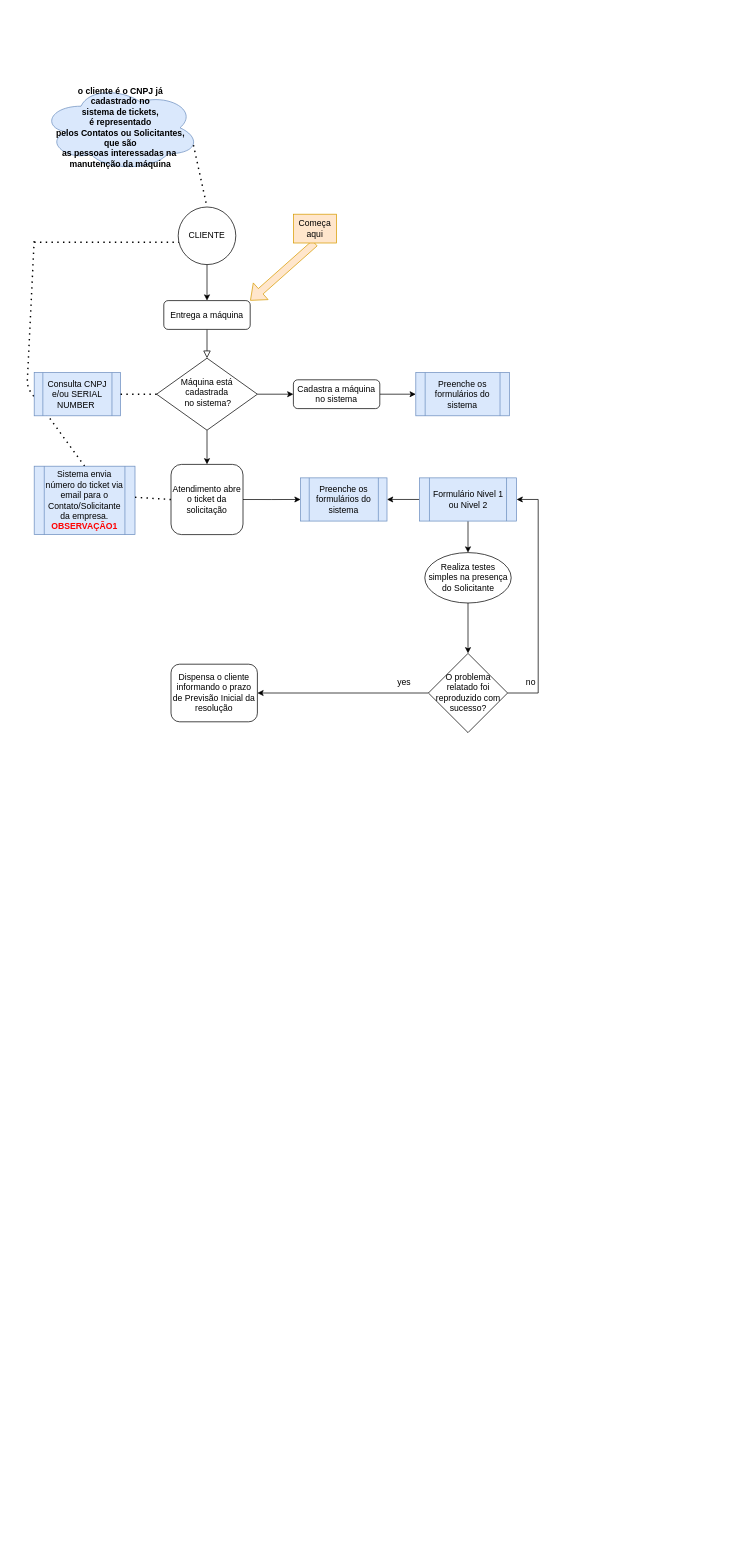
Earlier version of the draw.io diagram page "Visão Geral" (1 of 2) of Antedimento genérico.drawio (santiagopironato/PowerBI-DataScience). Source tidied: cells renumbered, new cells numbered last; positions are measured from the earlier drawing's top-left corner, leaving out a move shared by most shapes. Both pictures are drawn from the tidied source at 72%, with x=0, y=0 at pixel (27, 84).
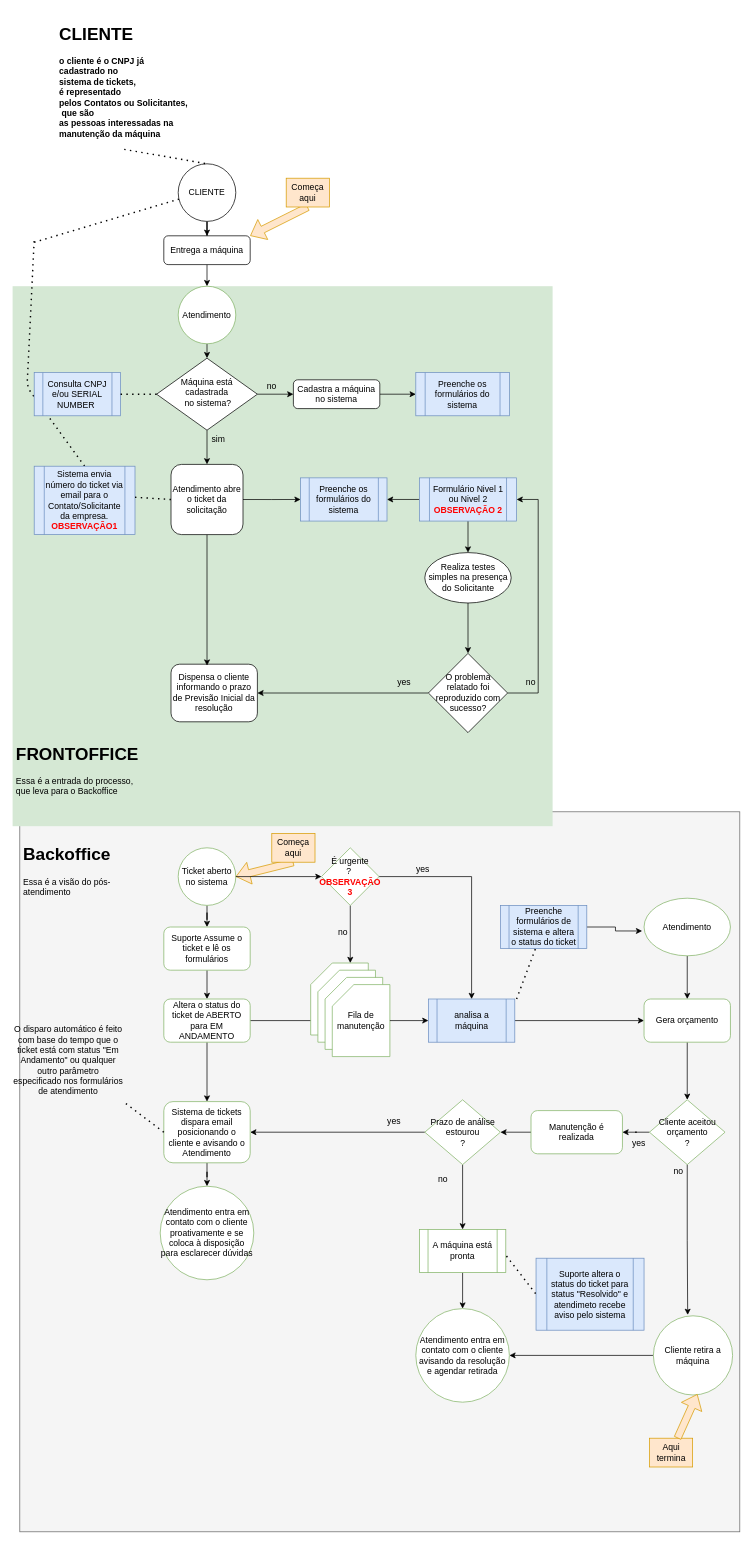
After the change.

Unchanged cells that the change refers to:
```xml
<mxCell id="7" value="Máquina está cadastrada&lt;br&gt;&amp;nbsp;no sistema?" style="rhombus;whiteSpace=wrap;html=1;shadow=0;fontFamily=Helvetica;fontSize=12;align=center;strokeWidth=1;spacing=6;spacingTop=-4;" parent="1" vertex="1">
  <mxGeometry x="180" y="380" width="140" height="100" as="geometry" />
</mxCell>
<mxCell id="11" value="Dispensa o cliente informando o prazo de Previsão Inicial da resolução" style="rounded=1;whiteSpace=wrap;html=1;fontSize=12;glass=0;strokeWidth=1;shadow=0;" parent="1" vertex="1">
  <mxGeometry x="200" y="805" width="120" height="80" as="geometry" />
</mxCell>
<mxCell id="32" value="Atendimento abre o ticket da solicitação" style="rounded=1;whiteSpace=wrap;html=1;" parent="1" vertex="1">
  <mxGeometry x="200" y="527.5" width="100" height="97.5" as="geometry" />
</mxCell>
```

Change to the diagram source:
```diff
@@
+    <mxCell id="36" style="whiteSpace=wrap;html=1;fillColor=#f5f5f5;strokeColor=#666666;fontColor=#333333;" parent="1" vertex="1">
+      <mxGeometry x="-10" y="1010" width="1000" height="1000" as="geometry" />
+    </mxCell>
+    <mxCell id="37" style="whiteSpace=wrap;html=1;fillColor=#d5e8d4;strokeColor=none;" parent="1" vertex="1">
+      <mxGeometry x="-20" y="280" width="750" height="750" as="geometry" />
+    </mxCell>
@@
-    <mxCell id="3" style="rounded=0;html=1;jettySize=auto;fontSize=11;endArrow=block;endFill=0;endSize=8;strokeWidth=1;shadow=0;labelBackgroundColor=none;edgeStyle=orthogonalEdgeStyle;" parent="1" edge="1" source="4" target="7">
-      <mxGeometry relative="1" as="geometry" />
-    </mxCell>
+    <mxCell id="38" style="edgeStyle=orthogonalEdgeStyle;rounded=0;jettySize=auto;html=1;exitX=0.5;exitY=1;exitDx=0;exitDy=0;entryX=0.5;entryY=0;entryDx=0;entryDy=0;" parent="1" edge="1" source="4" target="47">
+      <mxGeometry relative="1" as="geometry" />
+    </mxCell>
     <mxCell id="4" value="Entrega a máquina" style="rounded=1;whiteSpace=wrap;html=1;fontSize=12;glass=0;strokeWidth=1;shadow=0;" parent="1" vertex="1">
-      <mxGeometry x="190" y="300" width="120" height="40" as="geometry" />
+      <mxGeometry x="190" y="210" width="120" height="40" as="geometry" />
     </mxCell>
@@
     <mxCell id="13" value="CLIENTE" style="ellipse;whiteSpace=wrap;html=1;" parent="1" vertex="1">
-      <mxGeometry x="210" y="170" width="80" height="80" as="geometry" />
+      <mxGeometry x="210" y="110" width="80" height="80" as="geometry" />
     </mxCell>
@@
-    <mxCell id="19" value="&lt;b&gt;o cliente é o CNPJ já &lt;br&gt;cadastrado no &lt;br&gt;sistema de tickets, &lt;br&gt;é representado&lt;br&gt;pelos Contatos ou Solicitantes,&lt;br&gt;&amp;nbsp;que são&amp;nbsp;&lt;br&gt;as pessoas interessadas na&amp;nbsp;&lt;br&gt;manutenção da máquina&lt;/b&gt;" style="ellipse;shape=cloud;whiteSpace=wrap;html=1;fillColor=#dae8fc;strokeColor=#6c8ebf;" parent="1" vertex="1">
-      <mxGeometry x="20" width="220" height="120" as="geometry" />
-    </mxCell>
-    <mxCell id="20" style="endArrow=none;dashed=1;html=1;dashPattern=1 3;strokeWidth=2;entryX=0.5;entryY=0;entryDx=0;entryDy=0;exitX=0.96;exitY=0.7;exitDx=0;exitDy=0;exitPerimeter=0;" parent="1" edge="1" source="19" target="13">
+    <mxCell id="20" style="endArrow=none;dashed=1;html=1;dashPattern=1 3;strokeWidth=2;entryX=0.5;entryY=0;entryDx=0;entryDy=0;exitX=0.5;exitY=1;exitDx=0;exitDy=0;" parent="1" edge="1" source="64" target="13">
       <mxGeometry relative="1" as="geometry" />
     </mxCell>
@@
-    <mxCell id="23" value="Formulário Nivel 1 ou Nivel 2" style="shape=process;whiteSpace=wrap;html=1;backgroundOutline=1;fillColor=#dae8fc;strokeColor=#6c8ebf;" parent="1" vertex="1">
+    <mxCell id="23" value="Formulário Nivel 1 ou Nivel 2&lt;br&gt;&lt;font color=&quot;#ff0000&quot;&gt;&lt;b&gt;OBSERVAÇÃO 2&lt;/b&gt;&lt;/font&gt;" style="shape=process;whiteSpace=wrap;html=1;backgroundOutline=1;fillColor=#dae8fc;strokeColor=#6c8ebf;" parent="1" vertex="1">
       <mxGeometry x="545" y="546.2" width="135" height="60" as="geometry" />
     </mxCell>
@@
+    <mxCell id="39" style="edgeStyle=orthogonalEdgeStyle;rounded=0;jettySize=auto;html=1;exitX=0.5;exitY=1;exitDx=0;exitDy=0;entryX=0.417;entryY=0.025;entryDx=0;entryDy=0;entryPerimeter=0;" parent="1" edge="1" source="32" target="11">
+      <mxGeometry relative="1" as="geometry" />
+    </mxCell>
@@
     <mxCell id="35" value="Começa aqui" style="text;html=1;strokeColor=#d79b00;fillColor=#ffe6cc;align=center;verticalAlign=middle;whiteSpace=wrap;rounded=0;" parent="1" vertex="1">
-      <mxGeometry x="370" y="180" width="60" height="40" as="geometry" />
+      <mxGeometry x="360" y="130" width="60" height="40" as="geometry" />
     </mxCell>
+    <mxCell id="40" value="&lt;h1&gt;FRONTOFFICE&lt;/h1&gt;&lt;div&gt;Essa é a entrada do processo, que leva para o Backoffice&lt;/div&gt;" style="text;html=1;strokeColor=none;fillColor=none;spacing=5;spacingTop=-20;whiteSpace=wrap;overflow=hidden;rounded=0;" parent="1" vertex="1">
+      <mxGeometry x="-20" y="910" width="190" height="120" as="geometry" />
+    </mxCell>
+    <mxCell id="41" value="&lt;h1&gt;Backoffice&lt;/h1&gt;&lt;div&gt;Essa é a visão do pós-atendimento&lt;/div&gt;" style="text;html=1;strokeColor=none;fillColor=none;spacing=5;spacingTop=-20;whiteSpace=wrap;overflow=hidden;rounded=0;" parent="1" vertex="1">
+      <mxGeometry x="-10" y="1050" width="170" height="80" as="geometry" />
+    </mxCell>
+    <mxCell id="42" style="edgeStyle=orthogonalEdgeStyle;rounded=0;jettySize=auto;html=1;" parent="1" edge="1" source="43" target="51">
+      <mxGeometry relative="1" as="geometry" />
+    </mxCell>
+    <mxCell id="43" value="Ticket aberto no sistema" style="ellipse;whiteSpace=wrap;html=1;strokeColor=#82B366;" parent="1" vertex="1">
+      <mxGeometry x="210" y="1060" width="80" height="80" as="geometry" />
+    </mxCell>
+    <mxCell id="44" style="shape=flexArrow;endArrow=classic;html=1;exitX=0.5;exitY=1;exitDx=0;exitDy=0;fillColor=#ffe6cc;strokeColor=#d79b00;entryX=1;entryY=0.5;entryDx=0;entryDy=0;" parent="1" edge="1" source="45" target="43">
+      <mxGeometry relative="1" as="geometry" />
+    </mxCell>
+    <mxCell id="45" value="Começa aqui" style="text;html=1;strokeColor=#d79b00;fillColor=#ffe6cc;align=center;verticalAlign=middle;whiteSpace=wrap;rounded=0;" parent="1" vertex="1">
+      <mxGeometry x="340" y="1040" width="60" height="40" as="geometry" />
+    </mxCell>
+    <mxCell id="46" style="edgeStyle=orthogonalEdgeStyle;rounded=0;jettySize=auto;html=1;exitX=0.5;exitY=1;exitDx=0;exitDy=0;entryX=0.5;entryY=0;entryDx=0;entryDy=0;" parent="1" edge="1" source="47" target="7">
+      <mxGeometry relative="1" as="geometry" />
+    </mxCell>
+    <mxCell id="47" value="Atendimento" style="ellipse;whiteSpace=wrap;html=1;strokeColor=#82B366;" parent="1" vertex="1">
+      <mxGeometry x="210" y="280" width="80" height="80" as="geometry" />
+    </mxCell>
+    <mxCell id="48" value="no" style="text;html=1;strokeColor=none;fillColor=none;align=center;verticalAlign=middle;whiteSpace=wrap;rounded=0;" parent="1" vertex="1">
+      <mxGeometry x="320" y="409" width="40" height="20" as="geometry" />
+    </mxCell>
+    <mxCell id="49" value="sim" style="text;html=1;strokeColor=none;fillColor=none;align=center;verticalAlign=middle;whiteSpace=wrap;rounded=0;" parent="1" vertex="1">
+      <mxGeometry x="246" y="483" width="40" height="20" as="geometry" />
+    </mxCell>
+    <mxCell id="50" style="edgeStyle=orthogonalEdgeStyle;rounded=0;jettySize=auto;html=1;" parent="1" edge="1" source="51" target="54">
+      <mxGeometry relative="1" as="geometry" />
+    </mxCell>
+    <mxCell id="51" value="Suporte Assume o ticket e lê os formulários" style="rounded=1;whiteSpace=wrap;html=1;strokeColor=#82B366;" parent="1" vertex="1">
+      <mxGeometry x="190" y="1170" width="120" height="60" as="geometry" />
+    </mxCell>
+    <mxCell id="52" style="edgeStyle=orthogonalEdgeStyle;rounded=0;jettySize=auto;html=1;entryX=0;entryY=0.5;entryDx=0;entryDy=0;entryPerimeter=0;" parent="1" edge="1" source="54" target="61">
+      <mxGeometry relative="1" as="geometry" />
+    </mxCell>
+    <mxCell id="53" style="edgeStyle=orthogonalEdgeStyle;rounded=0;jettySize=auto;html=1;exitX=0.5;exitY=1;exitDx=0;exitDy=0;" parent="1" edge="1" source="54" target="76">
+      <mxGeometry relative="1" as="geometry" />
+    </mxCell>
+    <mxCell id="54" value="Altera o status do ticket de ABERTO para EM ANDAMENTO" style="rounded=1;whiteSpace=wrap;html=1;strokeColor=#82B366;" parent="1" vertex="1">
+      <mxGeometry x="190" y="1270" width="120" height="60" as="geometry" />
+    </mxCell>
+    <mxCell id="55" style="edgeStyle=orthogonalEdgeStyle;rounded=0;jettySize=auto;html=1;entryX=0;entryY=0.5;entryDx=0;entryDy=0;" parent="1" edge="1" source="56" target="91">
+      <mxGeometry relative="1" as="geometry" />
+    </mxCell>
+    <mxCell id="56" value="analisa a máquina" style="shape=process;whiteSpace=wrap;html=1;backgroundOutline=1;strokeColor=#6c8ebf;fillColor=#dae8fc;" parent="1" vertex="1">
+      <mxGeometry x="557.5" y="1270" width="120" height="60" as="geometry" />
+    </mxCell>
+    <mxCell id="57" style="group;" parent="1" vertex="1">
+      <mxGeometry x="394" y="1220" width="110" height="130" as="geometry" />
+    </mxCell>
+    <mxCell id="58" style="shape=card;whiteSpace=wrap;html=1;strokeColor=#82B366;" parent="57" vertex="1">
+      <mxGeometry width="80" height="100" as="geometry" />
+    </mxCell>
+    <mxCell id="59" style="shape=card;whiteSpace=wrap;html=1;strokeColor=#82B366;" parent="57" vertex="1">
+      <mxGeometry x="10" y="10" width="80" height="100" as="geometry" />
+    </mxCell>
+    <mxCell id="60" style="shape=card;whiteSpace=wrap;html=1;strokeColor=#82B366;" parent="57" vertex="1">
+      <mxGeometry x="20" y="20" width="80" height="100" as="geometry" />
+    </mxCell>
+    <mxCell id="61" style="shape=card;whiteSpace=wrap;html=1;strokeColor=#82B366;" parent="57" vertex="1">
+      <mxGeometry x="30" y="30" width="80" height="100" as="geometry" />
+    </mxCell>
+    <mxCell id="62" value="Fila de manutenção" style="text;html=1;strokeColor=none;fillColor=none;align=center;verticalAlign=middle;whiteSpace=wrap;rounded=0;" parent="57" vertex="1">
+      <mxGeometry x="50" y="70" width="40" height="20" as="geometry" />
+    </mxCell>
+    <mxCell id="63" style="edgeStyle=orthogonalEdgeStyle;rounded=0;jettySize=auto;html=1;" parent="1" edge="1" source="61" target="56">
+      <mxGeometry relative="1" as="geometry" />
+    </mxCell>
+    <mxCell id="64" value="&lt;h1&gt;CLIENTE&lt;/h1&gt;&lt;p&gt;&lt;b style=&quot;text-align: center&quot;&gt;o cliente é o CNPJ já&amp;nbsp;&lt;br&gt;cadastrado no&amp;nbsp;&lt;br&gt;sistema de tickets,&amp;nbsp;&lt;br&gt;é representado&lt;br&gt;pelos Contatos ou Solicitantes,&lt;br&gt;&amp;nbsp;que são&amp;nbsp;&lt;br&gt;as pessoas interessadas na&amp;nbsp;&lt;br&gt;manutenção da máquina&lt;/b&gt;&lt;br&gt;&lt;/p&gt;" style="text;html=1;strokeColor=none;fillColor=none;spacing=5;spacingTop=-20;whiteSpace=wrap;overflow=hidden;rounded=0;" parent="1" vertex="1">
+      <mxGeometry x="40" y="-90" width="190" height="180" as="geometry" />
+    </mxCell>
+    <mxCell id="65" style="edgeStyle=orthogonalEdgeStyle;rounded=0;jettySize=auto;html=1;exitX=0.5;exitY=1;exitDx=0;exitDy=0;entryX=0;entryY=0;entryDx=55;entryDy=0;entryPerimeter=0;" parent="1" edge="1" source="67" target="58">
+      <mxGeometry relative="1" as="geometry" />
+    </mxCell>
+    <mxCell id="66" style="edgeStyle=orthogonalEdgeStyle;rounded=0;jettySize=auto;html=1;entryX=0.5;entryY=0;entryDx=0;entryDy=0;" parent="1" edge="1" source="67" target="56">
+      <mxGeometry relative="1" as="geometry" />
+    </mxCell>
+    <mxCell id="67" value="É urgente&lt;br&gt;?&amp;nbsp;&lt;br&gt;&lt;b&gt;&lt;font color=&quot;#ff0000&quot;&gt;OBSERVAÇÃO 3&lt;/font&gt;&lt;/b&gt;" style="rhombus;whiteSpace=wrap;html=1;strokeColor=#82B366;" parent="1" vertex="1">
+      <mxGeometry x="409" y="1060" width="80" height="80" as="geometry" />
+    </mxCell>
+    <mxCell id="68" value="yes" style="text;html=1;strokeColor=none;fillColor=none;align=center;verticalAlign=middle;whiteSpace=wrap;rounded=0;" parent="1" vertex="1">
+      <mxGeometry x="530" y="1080" width="40" height="20" as="geometry" />
+    </mxCell>
+    <mxCell id="69" value="no" style="text;html=1;strokeColor=none;fillColor=none;align=center;verticalAlign=middle;whiteSpace=wrap;rounded=0;" parent="1" vertex="1">
+      <mxGeometry x="419" y="1168" width="40" height="20" as="geometry" />
+    </mxCell>
+    <mxCell id="70" style="edgeStyle=orthogonalEdgeStyle;rounded=0;jettySize=auto;html=1;exitX=1;exitY=0.5;exitDx=0;exitDy=0;" parent="1" edge="1" source="43" target="67">
+      <mxGeometry relative="1" as="geometry" />
+    </mxCell>
+    <mxCell id="71" style="edgeStyle=orthogonalEdgeStyle;rounded=0;jettySize=auto;html=1;entryX=1;entryY=0.5;entryDx=0;entryDy=0;" parent="1" edge="1" source="73" target="76">
+      <mxGeometry relative="1" as="geometry" />
+    </mxCell>
+    <mxCell id="72" style="edgeStyle=orthogonalEdgeStyle;rounded=0;jettySize=auto;html=1;entryX=0.5;entryY=0;entryDx=0;entryDy=0;" parent="1" edge="1" source="73" target="81">
+      <mxGeometry relative="1" as="geometry" />
+    </mxCell>
+    <mxCell id="73" value="Prazo de análise estourou&lt;br&gt;?" style="rhombus;whiteSpace=wrap;html=1;strokeColor=#82B366;" parent="1" vertex="1">
+      <mxGeometry x="552.5" y="1410" width="105" height="90" as="geometry" />
+    </mxCell>
+    <mxCell id="74" value="yes" style="text;html=1;strokeColor=none;fillColor=none;align=center;verticalAlign=middle;whiteSpace=wrap;rounded=0;" parent="1" vertex="1">
+      <mxGeometry x="490" y="1430" width="40" height="20" as="geometry" />
+    </mxCell>
+    <mxCell id="75" style="edgeStyle=orthogonalEdgeStyle;rounded=0;jettySize=auto;html=1;entryX=0.5;entryY=0;entryDx=0;entryDy=0;" parent="1" edge="1" source="76" target="79">
+      <mxGeometry relative="1" as="geometry" />
+    </mxCell>
+    <mxCell id="76" value="Sistema de tickets dispara email posicionando o cliente e avisando o Atendimento" style="rounded=1;whiteSpace=wrap;html=1;strokeColor=#82B366;" parent="1" vertex="1">
+      <mxGeometry x="190" y="1412.5" width="120" height="85" as="geometry" />
+    </mxCell>
+    <mxCell id="77" value="O disparo automático é feito com base do tempo que o ticket está com status &quot;Em Andamento&quot; ou qualquer outro parâmetro especificado nos formulários de atendimento" style="text;html=1;strokeColor=none;fillColor=none;align=center;verticalAlign=middle;whiteSpace=wrap;rounded=0;" parent="1" vertex="1">
+      <mxGeometry x="-20" y="1280" width="155" height="150" as="geometry" />
+    </mxCell>
+    <mxCell id="78" style="endArrow=none;dashed=1;html=1;dashPattern=1 3;strokeWidth=2;exitX=0;exitY=0.5;exitDx=0;exitDy=0;" parent="1" edge="1" source="76" target="77">
+      <mxGeometry relative="1" as="geometry" />
+    </mxCell>
+    <mxCell id="79" value="Atendimento entra em contato com o cliente proativamente e se coloca à disposição para esclarecer dúvidas" style="ellipse;whiteSpace=wrap;html=1;strokeColor=#82B366;" parent="1" vertex="1">
+      <mxGeometry x="185" y="1530" width="130" height="130" as="geometry" />
+    </mxCell>
+    <mxCell id="80" style="edgeStyle=orthogonalEdgeStyle;rounded=0;jettySize=auto;html=1;entryX=0.5;entryY=0;entryDx=0;entryDy=0;" parent="1" edge="1" source="81" target="85">
+      <mxGeometry relative="1" as="geometry" />
+    </mxCell>
+    <mxCell id="81" value="A máquina está pronta" style="shape=process;whiteSpace=wrap;html=1;backgroundOutline=1;strokeColor=#82B366;" parent="1" vertex="1">
+      <mxGeometry x="545" y="1590" width="120" height="60" as="geometry" />
+    </mxCell>
+    <mxCell id="82" value="no" style="text;html=1;strokeColor=none;fillColor=none;align=center;verticalAlign=middle;whiteSpace=wrap;rounded=0;" parent="1" vertex="1">
+      <mxGeometry x="557.5" y="1510" width="40" height="20" as="geometry" />
+    </mxCell>
+    <mxCell id="83" value="Suporte altera o status do ticket para status &quot;Resolvido&quot; e atendimeto recebe aviso pelo sistema" style="shape=process;whiteSpace=wrap;html=1;backgroundOutline=1;strokeColor=#6c8ebf;fillColor=#dae8fc;" parent="1" vertex="1">
+      <mxGeometry x="707" y="1630" width="150" height="100" as="geometry" />
+    </mxCell>
+    <mxCell id="84" style="endArrow=none;dashed=1;html=1;dashPattern=1 3;strokeWidth=2;entryX=0;entryY=0.5;entryDx=0;entryDy=0;exitX=1.008;exitY=0.617;exitDx=0;exitDy=0;exitPerimeter=0;" parent="1" edge="1" source="81" target="83">
+      <mxGeometry relative="1" as="geometry" />
+    </mxCell>
+    <mxCell id="85" value="Atendimento entra em contato com o cliente avisando da resolução e agendar retirada" style="ellipse;whiteSpace=wrap;html=1;strokeColor=#82B366;" parent="1" vertex="1">
+      <mxGeometry x="540" y="1700" width="130" height="130" as="geometry" />
+    </mxCell>
+    <mxCell id="86" style="edgeStyle=orthogonalEdgeStyle;rounded=0;jettySize=auto;html=1;" parent="1" edge="1" source="87" target="85">
+      <mxGeometry relative="1" as="geometry" />
+    </mxCell>
+    <mxCell id="87" value="Cliente retira a máquina" style="ellipse;whiteSpace=wrap;html=1;strokeColor=#82B366;" parent="1" vertex="1">
+      <mxGeometry x="870" y="1710" width="110" height="110" as="geometry" />
+    </mxCell>
+    <mxCell id="88" value="Aqui termina" style="text;html=1;strokeColor=#d79b00;fillColor=#ffe6cc;align=center;verticalAlign=middle;whiteSpace=wrap;rounded=0;" parent="1" vertex="1">
+      <mxGeometry x="864.5" y="1880" width="60" height="40" as="geometry" />
+    </mxCell>
+    <mxCell id="89" style="shape=flexArrow;endArrow=classic;html=1;entryX=0.555;entryY=0.989;entryDx=0;entryDy=0;entryPerimeter=0;fillColor=#ffe6cc;strokeColor=#d79b00;" parent="1" edge="1" source="88" target="87">
+      <mxGeometry relative="1" as="geometry" />
+    </mxCell>
+    <mxCell id="90" style="edgeStyle=orthogonalEdgeStyle;rounded=0;jettySize=auto;html=1;entryX=0.5;entryY=0;entryDx=0;entryDy=0;" parent="1" edge="1" source="91" target="94">
+      <mxGeometry relative="1" as="geometry" />
+    </mxCell>
+    <mxCell id="91" value="Gera orçamento" style="rounded=1;whiteSpace=wrap;html=1;strokeColor=#82B366;" parent="1" vertex="1">
+      <mxGeometry x="857" y="1270" width="120" height="60" as="geometry" />
+    </mxCell>
+    <mxCell id="92" style="edgeStyle=orthogonalEdgeStyle;rounded=0;jettySize=auto;html=1;exitX=0.5;exitY=1;exitDx=0;exitDy=0;entryX=0.433;entryY=-0.011;entryDx=0;entryDy=0;entryPerimeter=0;" parent="1" edge="1" source="94" target="87">
+      <mxGeometry relative="1" as="geometry" />
+    </mxCell>
+    <mxCell id="93" style="edgeStyle=orthogonalEdgeStyle;rounded=0;jettySize=auto;html=1;" parent="1" edge="1" source="94" target="97">
+      <mxGeometry relative="1" as="geometry" />
+    </mxCell>
+    <mxCell id="94" value="Cliente aceitou orçamento&lt;br&gt;?" style="rhombus;whiteSpace=wrap;html=1;strokeColor=#82B366;" parent="1" vertex="1">
+      <mxGeometry x="864.5" y="1410" width="105" height="90" as="geometry" />
+    </mxCell>
+    <mxCell id="95" value="no" style="text;html=1;strokeColor=none;fillColor=none;align=center;verticalAlign=middle;whiteSpace=wrap;rounded=0;" parent="1" vertex="1">
+      <mxGeometry x="884.5" y="1500" width="40" height="20" as="geometry" />
+    </mxCell>
+    <mxCell id="96" style="edgeStyle=orthogonalEdgeStyle;rounded=0;jettySize=auto;html=1;" parent="1" edge="1" source="97" target="73">
+      <mxGeometry relative="1" as="geometry" />
+    </mxCell>
+    <mxCell id="97" value="Manutenção é realizada" style="rounded=1;whiteSpace=wrap;html=1;strokeColor=#82B366;" parent="1" vertex="1">
+      <mxGeometry x="700" y="1425" width="127" height="60" as="geometry" />
+    </mxCell>
+    <mxCell id="98" value="yes" style="text;html=1;strokeColor=none;fillColor=none;align=center;verticalAlign=middle;whiteSpace=wrap;rounded=0;" parent="1" vertex="1">
+      <mxGeometry x="830" y="1460" width="40" height="20" as="geometry" />
+    </mxCell>
+    <mxCell id="99" style="edgeStyle=orthogonalEdgeStyle;rounded=0;jettySize=auto;html=1;entryX=-0.022;entryY=0.569;entryDx=0;entryDy=0;entryPerimeter=0;" parent="1" edge="1" source="100" target="103">
+      <mxGeometry relative="1" as="geometry" />
+    </mxCell>
+    <mxCell id="100" value="Preenche formulários de sistema e altera o status do ticket" style="shape=process;whiteSpace=wrap;html=1;backgroundOutline=1;strokeColor=#6c8ebf;fillColor=#dae8fc;" parent="1" vertex="1">
+      <mxGeometry x="657.5" y="1140" width="120" height="60" as="geometry" />
+    </mxCell>
+    <mxCell id="101" style="endArrow=none;dashed=1;html=1;dashPattern=1 3;strokeWidth=2;" parent="1" edge="1" target="100">
+      <mxGeometry relative="1" as="geometry">
+        <mxPoint x="680" y="1270" as="sourcePoint" />
+      </mxGeometry>
+    </mxCell>
+    <mxCell id="102" style="edgeStyle=orthogonalEdgeStyle;rounded=0;jettySize=auto;html=1;entryX=0.5;entryY=0;entryDx=0;entryDy=0;" parent="1" edge="1" source="103" target="91">
+      <mxGeometry relative="1" as="geometry" />
+    </mxCell>
+    <mxCell id="103" value="Atendimento" style="ellipse;whiteSpace=wrap;html=1;strokeColor=#82B366;" parent="1" vertex="1">
+      <mxGeometry x="857" y="1130" width="120" height="80" as="geometry" />
+    </mxCell>
```
